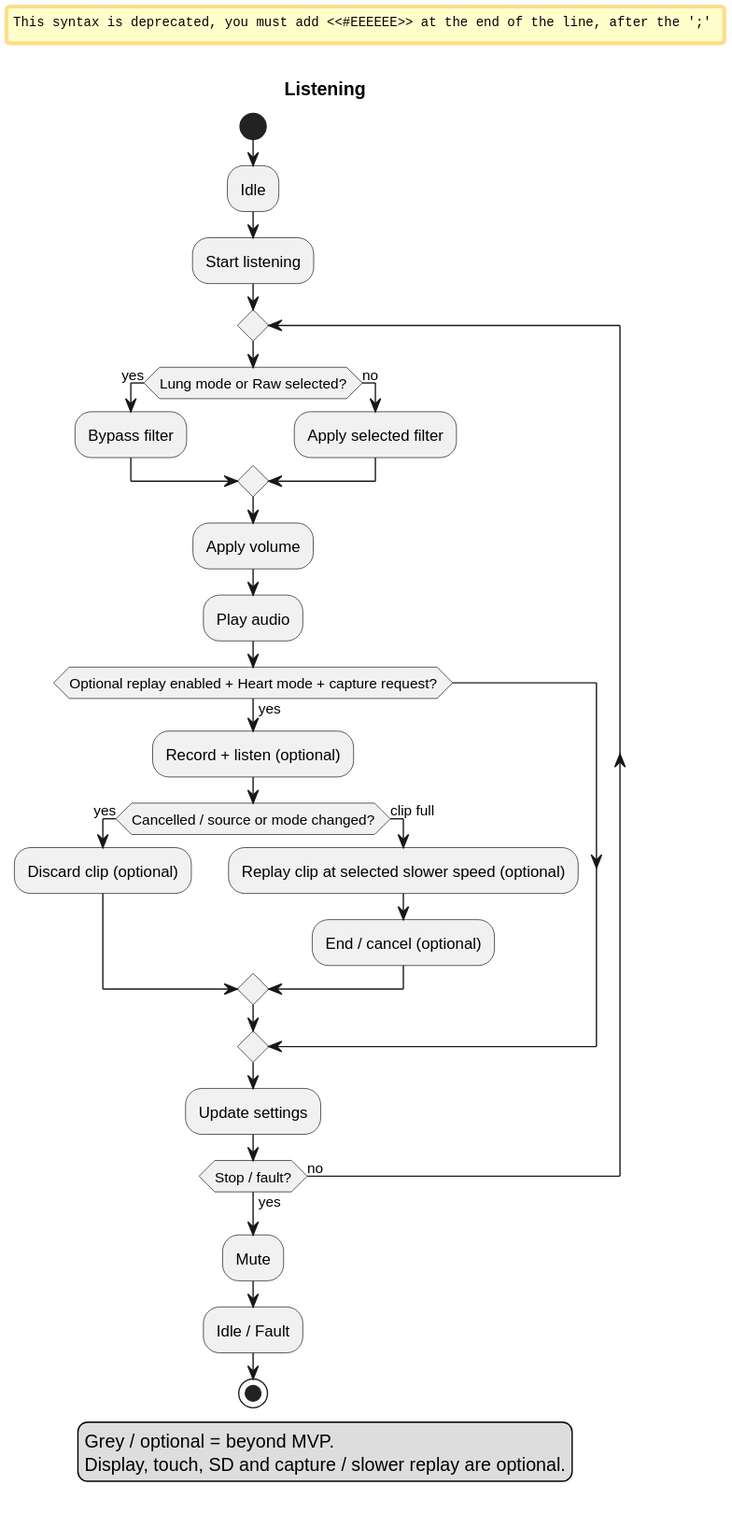
Before: Development/system/architecture/rendered/listening_workflow.svg, a diagram exported from PlantUML (DemonicPsychoII/DigitalStethoscope).
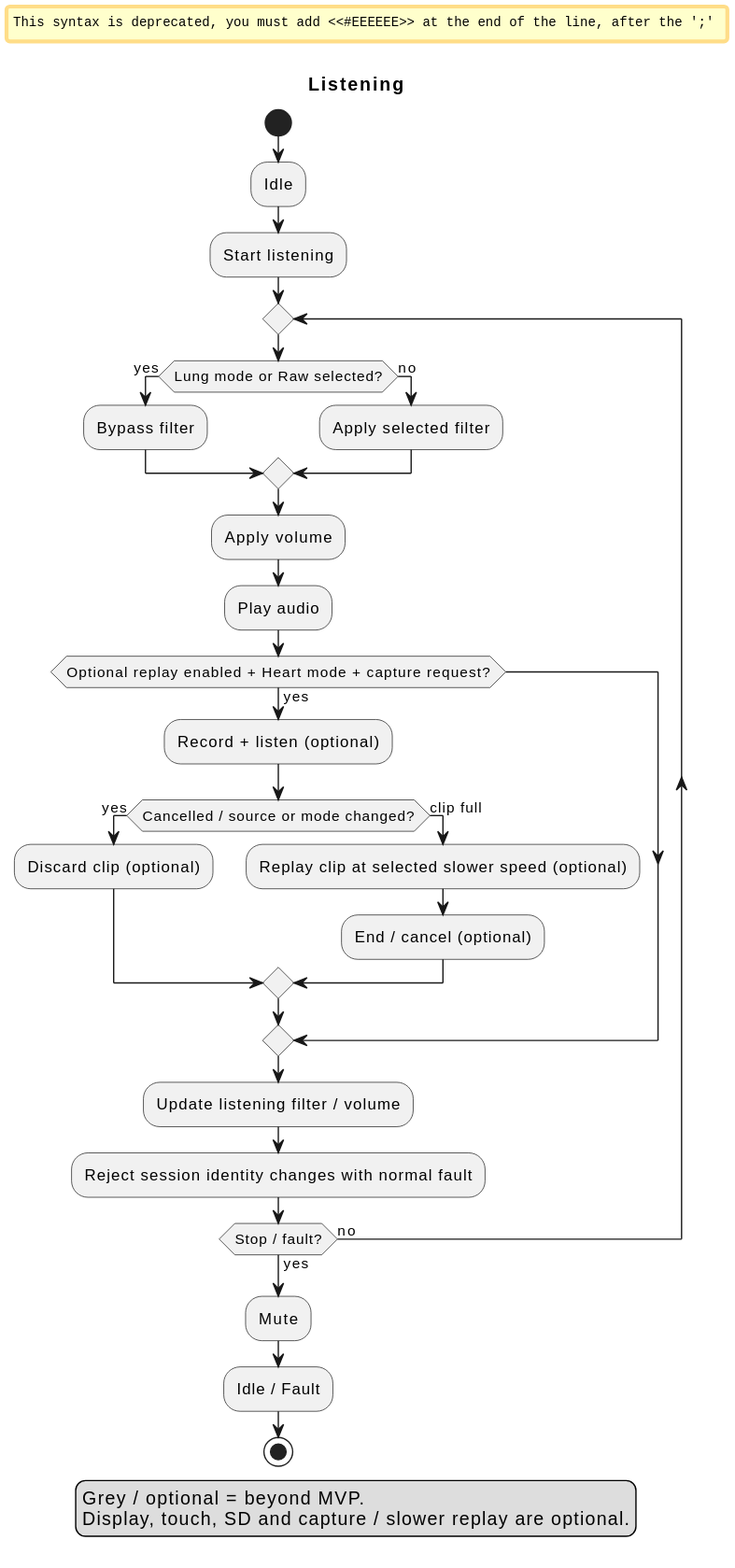
The same file after the commit.

What changed in the source:
```diff
@@ -22,7 +22,8 @@
    #EEEEEE:End / cancel (optional);
   endif
  endif
- :Update settings;
+ :Update listening filter / volume;
+ :Reject session identity changes with normal fault;
 repeat while (Stop / fault?) is (no) not (yes)
 :Mute;
 :Idle / Fault;
```
